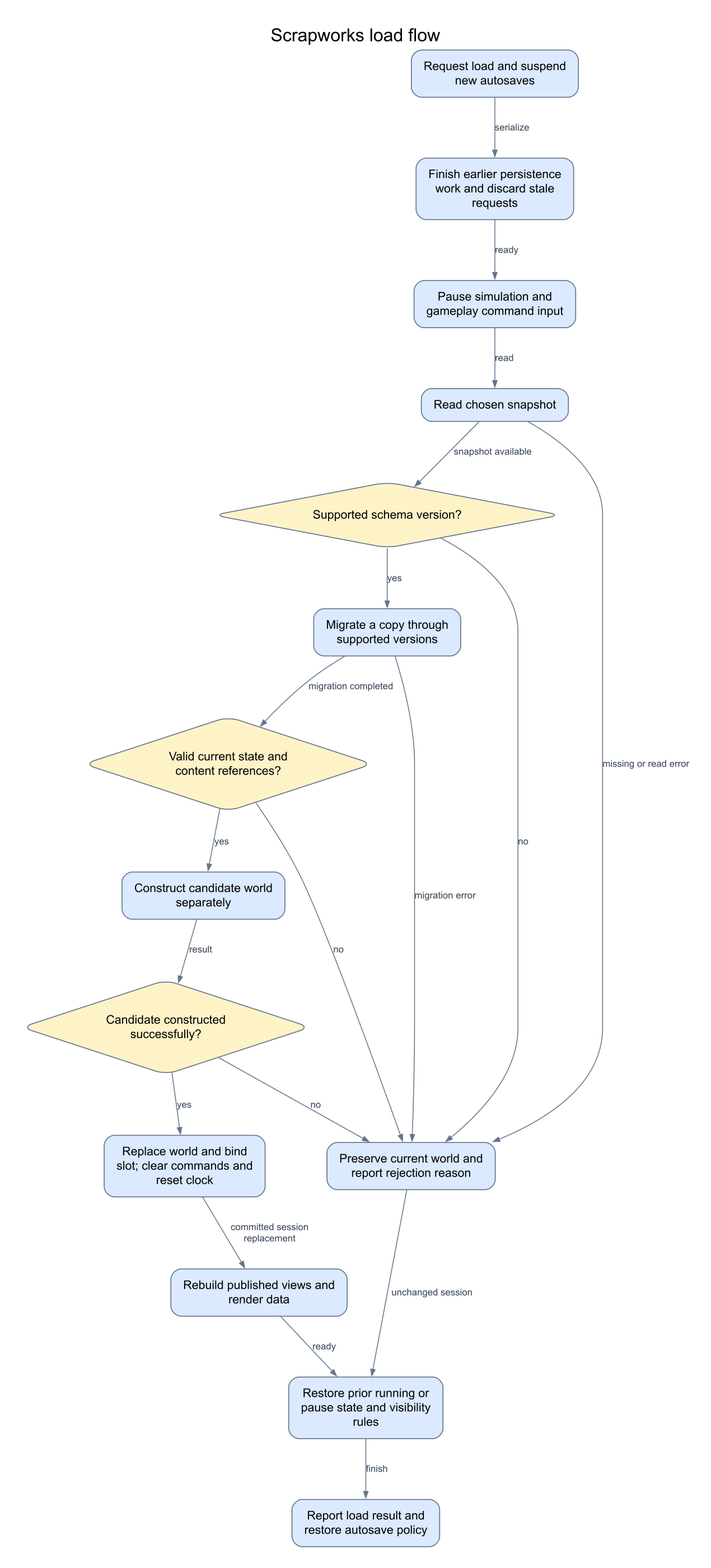
Before: docs/diagrams/load-flow.png, a diagram exported from Mermaid (Googlproxer/Scrapworks). Its source is kept beside it as docs/diagrams/src/load-flow.mmd. Source of this version:
```mermaid
flowchart TB
    Request[Request load and suspend new autosaves]
    Queue[Finish earlier persistence work and discard stale requests]
    Pause[Pause simulation and gameplay command input]
    Read[Read chosen snapshot]
    Version{Supported schema version?}
    Migrate[Migrate a copy through supported versions]
    Valid{Valid current state and content references?}
    Build[Construct candidate world separately]
    Ready{Candidate constructed successfully?}
    Swap[Replace world and bind slot; clear commands and reset clock]
    Publish[Rebuild published views and render data]
    Reject[Preserve current world and report rejection reason]
    Resume[Restore prior running or pause state and visibility rules]
    Result[Report load result and restore autosave policy]

    Request -->|serialize| Queue
    Queue -->|ready| Pause
    Pause -->|read| Read
    Read -->|snapshot available| Version
    Read -->|missing or read error| Reject
    Version -->|yes| Migrate
    Version -->|no| Reject
    Migrate -->|migration completed| Valid
    Migrate -->|migration error| Reject
    Valid -->|yes| Build
    Valid -->|no| Reject
    Build -->|result| Ready
    Ready -->|yes| Swap
    Ready -->|no| Reject
    Swap -->|committed session replacement| Publish
    Publish -->|ready| Resume
    Reject -->|unchanged session| Resume
    Resume -->|finish| Result
```
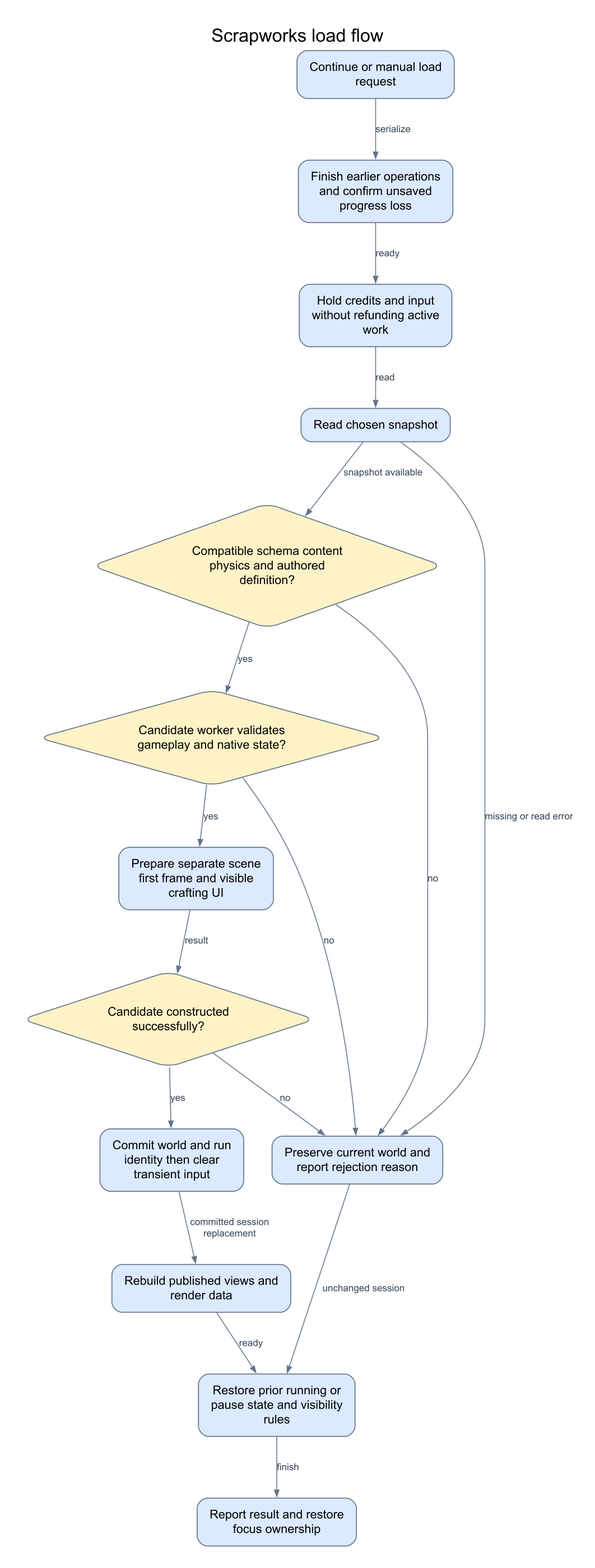
The same diagram one commit later.

Diff of the diagram source:
```diff
@@ -1,28 +1,25 @@
 flowchart TB
-    Request[Request load and suspend new autosaves]
-    Queue[Finish earlier persistence work and discard stale requests]
-    Pause[Pause simulation and gameplay command input]
+    Request[Continue or manual load request]
+    Queue[Finish earlier operations and confirm unsaved progress loss]
+    Pause[Hold credits and input without refunding active work]
     Read[Read chosen snapshot]
-    Version{Supported schema version?}
-    Migrate[Migrate a copy through supported versions]
-    Valid{Valid current state and content references?}
-    Build[Construct candidate world separately]
+    Version{Compatible schema content physics and authored definition?}
+    Valid{Candidate worker validates gameplay and native state?}
+    Build[Prepare separate scene first frame and visible crafting UI]
     Ready{Candidate constructed successfully?}
-    Swap[Replace world and bind slot; clear commands and reset clock]
+    Swap[Commit world and run identity then clear transient input]
     Publish[Rebuild published views and render data]
     Reject[Preserve current world and report rejection reason]
     Resume[Restore prior running or pause state and visibility rules]
-    Result[Report load result and restore autosave policy]
+    Result[Report result and restore focus ownership]
 
     Request -->|serialize| Queue
     Queue -->|ready| Pause
     Pause -->|read| Read
     Read -->|snapshot available| Version
     Read -->|missing or read error| Reject
-    Version -->|yes| Migrate
+    Version -->|yes| Valid
     Version -->|no| Reject
-    Migrate -->|migration completed| Valid
-    Migrate -->|migration error| Reject
     Valid -->|yes| Build
     Valid -->|no| Reject
     Build -->|result| Ready
```
